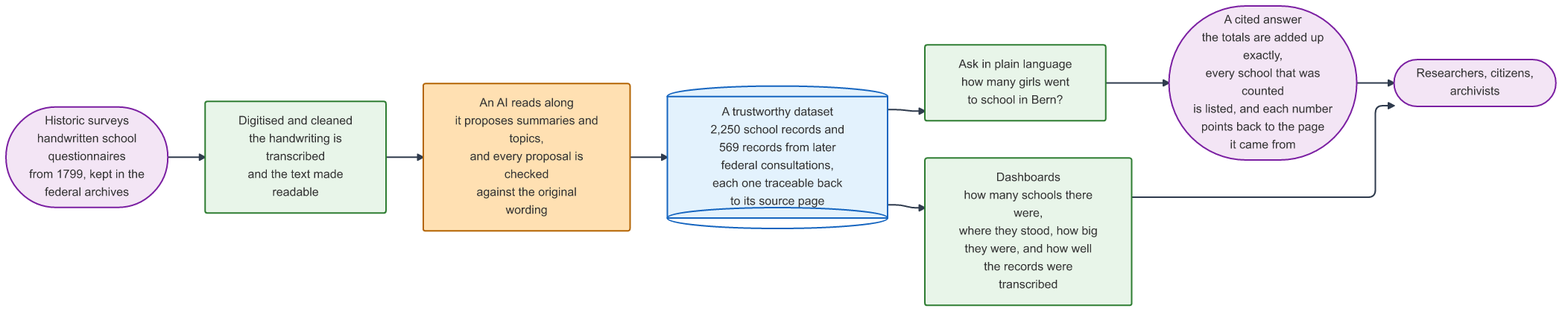
Before: docs/architecture-overview.png, a diagram exported from Mermaid (kirtanp/hackpertus-archives). Its source is kept beside it as docs/architecture-overview.mmd.
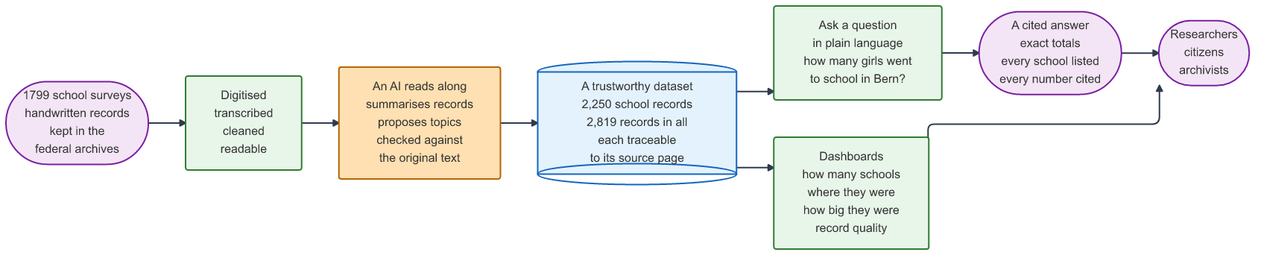
After the commit.

Commit message:
docs(architecture): reduce diagram labels to short bullet points

The edit, as a diff of the source:
```diff
@@ -1,20 +1,20 @@
 flowchart LR
 
-  ARCHIVE(["Historic surveys<br/>handwritten school questionnaires<br/>from 1799, kept in the<br/>federal archives"])
+  ARCHIVE(["1799 school surveys<br/>handwritten records<br/>kept in the<br/>federal archives"])
 
-  DIGITISE["Digitised and cleaned<br/>the handwriting is transcribed<br/>and the text made readable"]
+  DIGITISE["Digitised<br/>transcribed<br/>cleaned<br/>readable"]
 
-  AI["An AI reads along<br/>it proposes summaries and topics,<br/>and every proposal is checked<br/>against the original wording"]
+  AI["An AI reads along<br/>summarises records<br/>proposes topics<br/>checked against<br/>the original text"]
 
-  DATA[("A trustworthy dataset<br/>2,250 school records and<br/>569 records from later<br/>federal consultations,<br/>each one traceable back<br/>to its source page")]
+  DATA[("A trustworthy dataset<br/>2,250 school records<br/>2,819 records in all<br/>each traceable<br/>to its source page")]
 
-  ASK["Ask in plain language<br/>how many girls went<br/>to school in Bern?"]
+  ASK["Ask a question<br/>in plain language<br/>how many girls went<br/>to school in Bern?"]
 
-  ANSWER(["A cited answer<br/>the totals are added up exactly,<br/>every school that was counted<br/>is listed, and each number<br/>points back to the page<br/>it came from"])
+  ANSWER(["A cited answer<br/>exact totals<br/>every school listed<br/>every number cited"])
 
-  DASH["Dashboards<br/>how many schools there were,<br/>where they stood, how big<br/>they were, and how well<br/>the records were transcribed"]
+  DASH["Dashboards<br/>how many schools<br/>where they were<br/>how big they were<br/>record quality"]
 
-  PEOPLE(["Researchers, citizens,<br/>archivists"])
+  PEOPLE(["Researchers<br/>citizens<br/>archivists"])
 
   ARCHIVE --> DIGITISE
   DIGITISE --> AI
```
